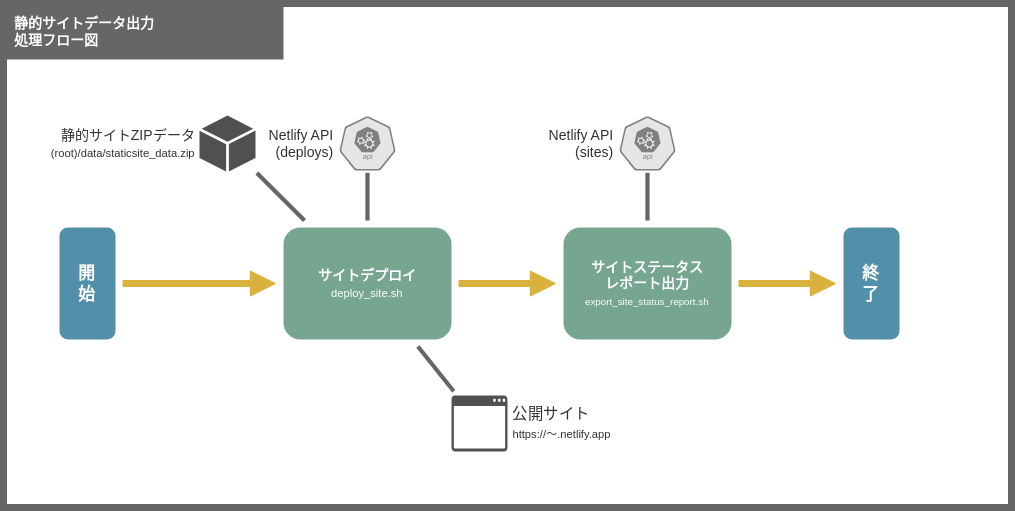
This is doc/201_設計/01510207_サイト公開_処理フロー図.drawio.svg from take4bcreators/cafe-train-prj, a draw.io export, as it was before one commit. Source tidied: cells renumbered, new cells last; positions are measured from the earlier drawing's top-left corner, leaving out a move shared by most shapes.
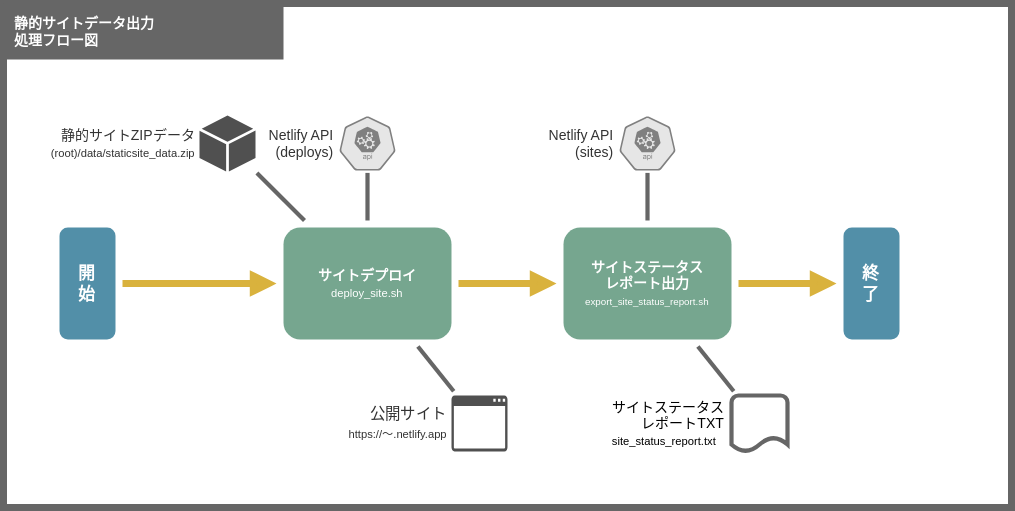
After the commit.

The edit, as a diff of the source:
```diff
@@ -15,7 +15,7 @@
     <mxCell id="6" style="edgeStyle=none;shape=connector;rounded=1;html=1;labelBackgroundColor=default;fontFamily=Helvetica;fontSize=11;fontColor=default;endArrow=none;endFill=0;strokeColor=#666666;strokeWidth=3;" parent="3" edge="1" source="17" target="5">
       <mxGeometry relative="1" as="geometry" />
     </mxCell>
-    <mxCell id="7" value="&lt;font color=&quot;#333333&quot;&gt;公開サイト&lt;br&gt;&lt;font style=&quot;font-size: 8px&quot;&gt;https://〜.netlify.app&lt;/font&gt;&lt;br&gt;&lt;/font&gt;" style="sketch=0;shadow=0;dashed=0;html=1;strokeColor=none;fillColor=#505050;labelPosition=right;verticalLabelPosition=middle;verticalAlign=middle;outlineConnect=0;align=left;shape=mxgraph.office.concepts.application_generic;fontFamily=Helvetica;fontSize=11;fontColor=default;spacingLeft=2;spacingRight=2;perimeterSpacing=3;" parent="3" vertex="1">
+    <mxCell id="7" value="&lt;font color=&quot;#333333&quot;&gt;公開サイト&lt;br&gt;&lt;font style=&quot;font-size: 8px&quot;&gt;https://〜.netlify.app&lt;/font&gt;&lt;br&gt;&lt;/font&gt;" style="sketch=0;shadow=0;dashed=0;html=1;strokeColor=none;fillColor=#505050;labelPosition=left;verticalLabelPosition=middle;verticalAlign=middle;outlineConnect=0;align=right;shape=mxgraph.office.concepts.application_generic;fontFamily=Helvetica;fontSize=11;fontColor=default;spacingLeft=2;spacingRight=2;perimeterSpacing=3;" parent="3" vertex="1">
       <mxGeometry x="320" y="280" width="40" height="40" as="geometry" />
     </mxCell>
     <mxCell id="8" style="edgeStyle=none;shape=connector;rounded=1;html=1;labelBackgroundColor=default;fontFamily=Helvetica;fontSize=11;fontColor=default;endArrow=none;endFill=0;strokeColor=#666666;strokeWidth=3;" parent="3" edge="1" source="7" target="17">
@@ -51,8 +51,14 @@
     <mxCell id="18" style="edgeStyle=none;shape=connector;rounded=1;html=1;labelBackgroundColor=default;fontFamily=Helvetica;fontSize=10;fontColor=default;startArrow=none;endArrow=block;endFill=1;strokeColor=#D9B23D;strokeWidth=5;" parent="3" edge="1" source="19" target="15">
       <mxGeometry relative="1" as="geometry" />
     </mxCell>
+    <mxCell id="20" style="edgeStyle=none;shape=connector;rounded=1;html=1;labelBackgroundColor=default;fontFamily=Helvetica;fontSize=11;fontColor=default;endArrow=none;endFill=0;strokeColor=#666666;strokeWidth=3;" parent="3" edge="1" source="19" target="21">
+      <mxGeometry relative="1" as="geometry" />
+    </mxCell>
     <mxCell id="19" value="&lt;div&gt;&lt;span&gt;&lt;b&gt;サイトステータス&lt;/b&gt;&lt;/span&gt;&lt;/div&gt;&lt;div&gt;&lt;span&gt;&lt;b&gt;レポート出力&lt;/b&gt;&lt;/span&gt;&lt;/div&gt;&lt;span style=&quot;text-align: right&quot;&gt;&lt;font style=&quot;font-size: 7px&quot;&gt;export_site_status_report.sh&lt;/font&gt;&lt;/span&gt;" style="rounded=1;whiteSpace=wrap;html=1;fillColor=#76A68F;strokeColor=none;strokeWidth=5;fontSize=10;perimeterSpacing=5;fontColor=#FFFFFF;align=center;" parent="3" vertex="1">
       <mxGeometry x="400" y="160" width="120" height="80" as="geometry" />
     </mxCell>
+    <mxCell id="21" value="&lt;div style=&quot;color: rgb(0 , 0 , 0) ; text-align: left&quot;&gt;&lt;div style=&quot;text-align: right&quot;&gt;サイトステータス&lt;/div&gt;&lt;div style=&quot;text-align: right&quot;&gt;レポートTXT&lt;br&gt;&lt;/div&gt;&lt;font style=&quot;text-align: right ; font-size: 8px&quot;&gt;site_status_report.txt&lt;/font&gt;&lt;br&gt;&lt;/div&gt;" style="strokeWidth=3;html=1;shape=mxgraph.flowchart.document2;size=0.25;strokeColor=#666666;align=right;labelPosition=left;verticalLabelPosition=middle;verticalAlign=middle;fontSize=10;spacingTop=4;spacingBottom=4;spacingLeft=4;spacingRight=4;perimeterSpacing=3;fontColor=#333333;fillColor=#FFFFFF;" parent="3" vertex="1">
+      <mxGeometry x="520" y="280" width="40" height="40" as="geometry" />
+    </mxCell>
   </root>
 </mxGraphModel>
```
